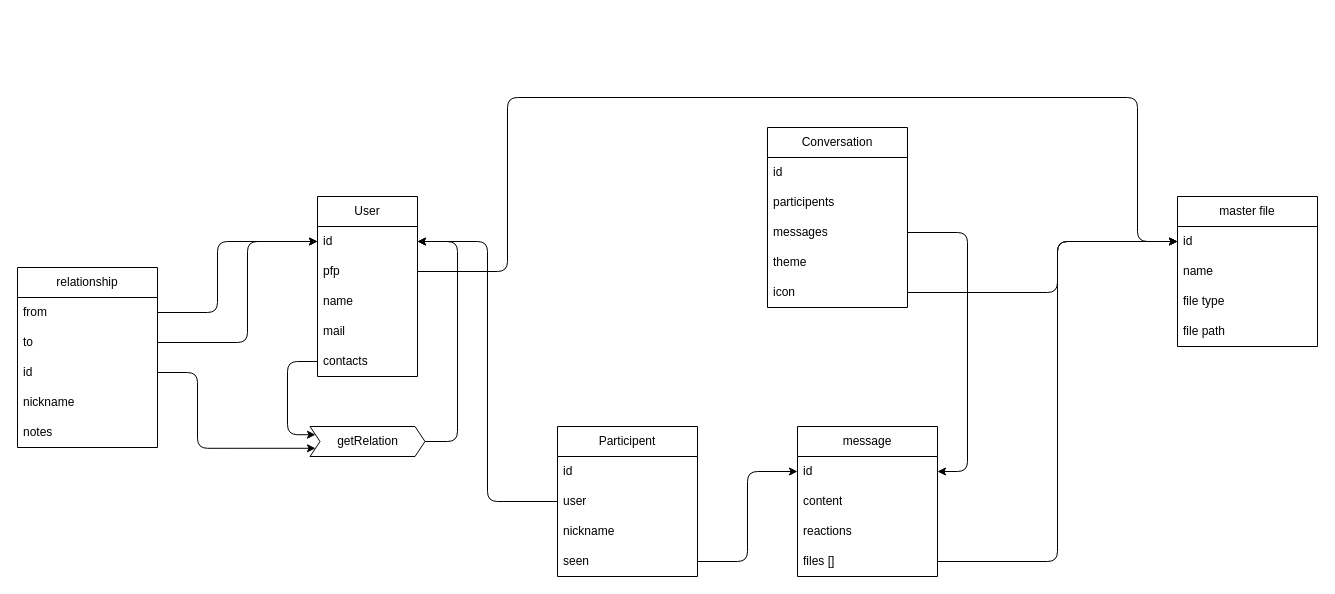
Earlier version of the draw.io diagram server/docs/wholedb.dio (GameBear64/AmberCamp). Source tidied: cells renumbered, new cells numbered last; positions are measured from the earlier drawing's top-left corner, leaving out a move shared by most shapes. Both pictures are drawn from the tidied source at 100%, with x=0, y=0 at pixel (17, 97).
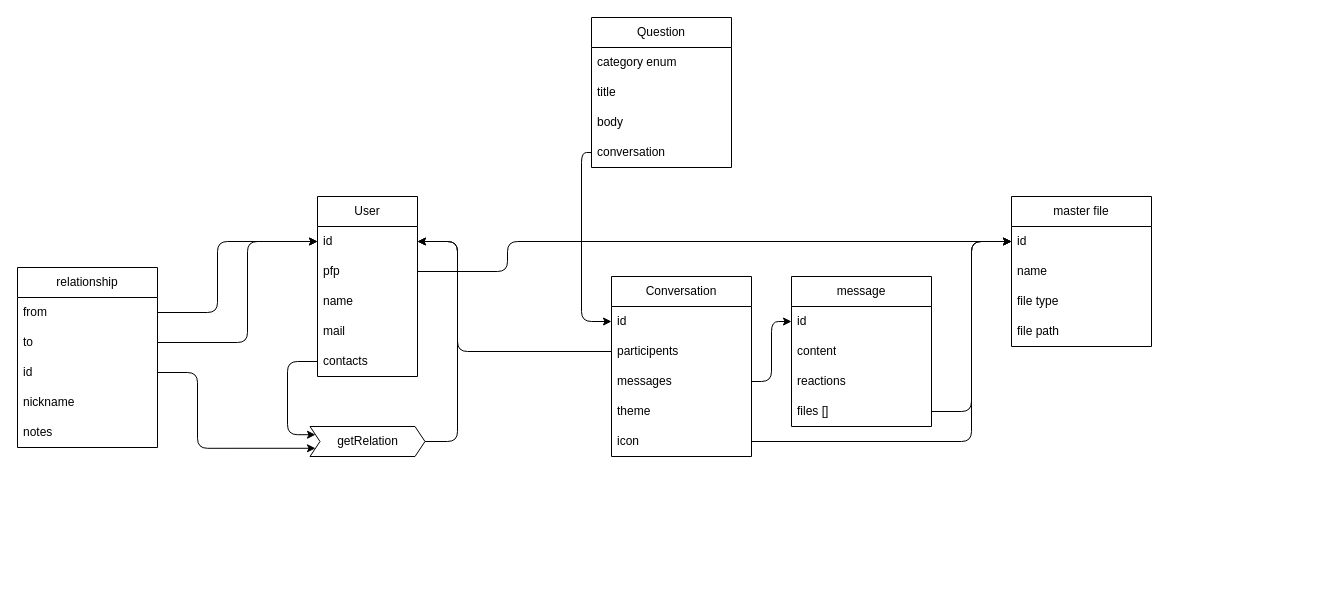
Above is the later version.

Unchanged cells that the change refers to:
```xml
<mxCell id="3" value="id" style="text;strokeColor=none;fillColor=none;align=left;verticalAlign=middle;spacingLeft=4;spacingRight=4;overflow=hidden;points=[[0,0.5],[1,0.5]];portConstraint=eastwest;whiteSpace=wrap;html=1;" parent="2" vertex="1">
  <mxGeometry y="30" width="100" height="30" as="geometry" />
</mxCell>
<mxCell id="4" value="pfp" style="text;strokeColor=none;fillColor=none;align=left;verticalAlign=middle;spacingLeft=4;spacingRight=4;overflow=hidden;points=[[0,0.5],[1,0.5]];portConstraint=eastwest;whiteSpace=wrap;html=1;" parent="2" vertex="1">
  <mxGeometry y="60" width="100" height="30" as="geometry" />
</mxCell>
<mxCell id="9" value="id" style="text;strokeColor=none;fillColor=none;align=left;verticalAlign=middle;spacingLeft=4;spacingRight=4;overflow=hidden;points=[[0,0.5],[1,0.5]];portConstraint=eastwest;whiteSpace=wrap;html=1;rounded=0;" parent="8" vertex="1">
  <mxGeometry y="30" width="140" height="30" as="geometry" />
</mxCell>
<mxCell id="10" value="participents" style="text;strokeColor=none;fillColor=none;align=left;verticalAlign=middle;spacingLeft=4;spacingRight=4;overflow=hidden;points=[[0,0.5],[1,0.5]];portConstraint=eastwest;whiteSpace=wrap;html=1;rounded=0;" parent="8" vertex="1">
  <mxGeometry y="60" width="140" height="30" as="geometry" />
</mxCell>
<mxCell id="11" value="messages" style="text;strokeColor=none;fillColor=none;align=left;verticalAlign=middle;spacingLeft=4;spacingRight=4;overflow=hidden;points=[[0,0.5],[1,0.5]];portConstraint=eastwest;whiteSpace=wrap;html=1;rounded=0;" parent="8" vertex="1">
  <mxGeometry y="90" width="140" height="30" as="geometry" />
</mxCell>
<mxCell id="13" value="icon" style="text;strokeColor=none;fillColor=none;align=left;verticalAlign=middle;spacingLeft=4;spacingRight=4;overflow=hidden;points=[[0,0.5],[1,0.5]];portConstraint=eastwest;whiteSpace=wrap;html=1;" parent="8" vertex="1">
  <mxGeometry y="150" width="140" height="30" as="geometry" />
</mxCell>
<mxCell id="15" value="id" style="text;strokeColor=none;fillColor=none;align=left;verticalAlign=middle;spacingLeft=4;spacingRight=4;overflow=hidden;points=[[0,0.5],[1,0.5]];portConstraint=eastwest;whiteSpace=wrap;html=1;rounded=0;" parent="14" vertex="1">
  <mxGeometry y="30" width="140" height="30" as="geometry" />
</mxCell>
<mxCell id="40" value="id" style="text;strokeColor=none;fillColor=none;align=left;verticalAlign=middle;spacingLeft=4;spacingRight=4;overflow=hidden;points=[[0,0.5],[1,0.5]];portConstraint=eastwest;whiteSpace=wrap;html=1;" parent="39" vertex="1">
  <mxGeometry y="30" width="140" height="30" as="geometry" />
</mxCell>
```

Change to the diagram source:
```diff
@@
     <mxCell id="8" value="Conversation" style="swimlane;fontStyle=0;horizontal=1;startSize=30;whiteSpace=wrap;html=1;rounded=0;" parent="1" vertex="1">
-      <mxGeometry x="750" y="30" width="140" height="180" as="geometry" />
+      <mxGeometry x="594" y="179" width="140" height="180" as="geometry" />
     </mxCell>
@@
     <mxCell id="14" value="message" style="swimlane;fontStyle=0;horizontal=1;startSize=30;whiteSpace=wrap;html=1;rounded=0;" parent="1" vertex="1">
-      <mxGeometry x="780" y="329" width="140" height="150" as="geometry" />
+      <mxGeometry x="774" y="179" width="140" height="150" as="geometry" />
     </mxCell>
@@
-    <mxCell id="29" style="edgeStyle=orthogonalEdgeStyle;html=1;entryX=0.5;entryY=0;entryDx=0;entryDy=0;" parent="1" edge="1" source="30">
-      <mxGeometry relative="1" as="geometry" />
-    </mxCell>
-    <mxCell id="30" value="Participent" style="swimlane;fontStyle=0;horizontal=1;startSize=30;whiteSpace=wrap;html=1;" parent="1" vertex="1">
-      <mxGeometry x="540" y="329" width="140" height="150" as="geometry" />
-    </mxCell>
-    <mxCell id="31" value="id" style="text;strokeColor=none;fillColor=none;align=left;verticalAlign=middle;spacingLeft=4;spacingRight=4;overflow=hidden;whiteSpace=wrap;html=1;" parent="30" vertex="1">
-      <mxGeometry y="30" width="140" height="30" as="geometry" />
-    </mxCell>
-    <mxCell id="32" value="user" style="text;strokeColor=none;fillColor=none;align=left;verticalAlign=middle;spacingLeft=4;spacingRight=4;overflow=hidden;points=[[0,0.5],[1,0.5]];portConstraint=eastwest;whiteSpace=wrap;html=1;" parent="30" vertex="1">
-      <mxGeometry y="60" width="140" height="30" as="geometry" />
-    </mxCell>
-    <mxCell id="33" value="nickname" style="text;strokeColor=none;fillColor=none;align=left;verticalAlign=middle;spacingLeft=4;spacingRight=4;overflow=hidden;whiteSpace=wrap;html=1;" parent="30" vertex="1">
-      <mxGeometry y="90" width="140" height="30" as="geometry" />
-    </mxCell>
-    <mxCell id="34" value="seen" style="text;strokeColor=none;fillColor=none;align=left;verticalAlign=middle;spacingLeft=4;spacingRight=4;overflow=hidden;points=[[0,0.5],[1,0.5]];portConstraint=eastwest;whiteSpace=wrap;html=1;" parent="30" vertex="1">
-      <mxGeometry y="120" width="140" height="30" as="geometry" />
-    </mxCell>
-    <mxCell id="35" style="edgeStyle=orthogonalEdgeStyle;html=1;exitX=1;exitY=0.5;exitDx=0;exitDy=0;entryX=0;entryY=0.5;entryDx=0;entryDy=0;" parent="1" edge="1" source="34" target="15">
-      <mxGeometry relative="1" as="geometry" />
-    </mxCell>
@@
-    <mxCell id="38" style="edgeStyle=orthogonalEdgeStyle;html=1;exitX=1;exitY=0.5;exitDx=0;exitDy=0;entryX=1;entryY=0.5;entryDx=0;entryDy=0;" parent="1" edge="1" source="11" target="15">
-      <mxGeometry relative="1" as="geometry">
-        <Array as="points">
-          <mxPoint x="950" y="135" />
-          <mxPoint x="950" y="374" />
-        </Array>
-      </mxGeometry>
-    </mxCell>
     <mxCell id="39" value="master file" style="swimlane;fontStyle=0;horizontal=1;startSize=30;whiteSpace=wrap;html=1;" parent="1" vertex="1">
-      <mxGeometry x="1160" y="99" width="140" height="150" as="geometry" />
+      <mxGeometry x="994" y="99" width="140" height="150" as="geometry" />
     </mxCell>
@@
+    <mxCell id="46" style="edgeStyle=orthogonalEdgeStyle;html=1;exitX=1;exitY=0.5;exitDx=0;exitDy=0;entryX=0;entryY=0.5;entryDx=0;entryDy=0;" parent="1" edge="1" source="4" target="40">
+      <mxGeometry relative="1" as="geometry">
+        <Array as="points">
+          <mxPoint x="490" y="174" />
+          <mxPoint x="490" y="144" />
+        </Array>
+      </mxGeometry>
+    </mxCell>
+    <mxCell id="48" value="Question" style="swimlane;fontStyle=0;horizontal=1;startSize=30;whiteSpace=wrap;html=1;" parent="1" vertex="1">
+      <mxGeometry x="574" y="-80" width="140" height="150" as="geometry" />
+    </mxCell>
+    <mxCell id="49" value="category enum" style="text;strokeColor=none;fillColor=none;align=left;verticalAlign=middle;spacingLeft=4;spacingRight=4;overflow=hidden;whiteSpace=wrap;html=1;" parent="48" vertex="1">
+      <mxGeometry y="30" width="140" height="30" as="geometry" />
+    </mxCell>
+    <mxCell id="50" value="title" style="text;strokeColor=none;fillColor=none;align=left;verticalAlign=middle;spacingLeft=4;spacingRight=4;overflow=hidden;whiteSpace=wrap;html=1;" parent="48" vertex="1">
+      <mxGeometry y="60" width="140" height="30" as="geometry" />
+    </mxCell>
+    <mxCell id="51" value="body" style="text;strokeColor=none;fillColor=none;align=left;verticalAlign=middle;spacingLeft=4;spacingRight=4;overflow=hidden;whiteSpace=wrap;html=1;" parent="48" vertex="1">
+      <mxGeometry y="90" width="140" height="30" as="geometry" />
+    </mxCell>
+    <mxCell id="52" value="conversation" style="text;strokeColor=none;fillColor=none;align=left;verticalAlign=middle;spacingLeft=4;spacingRight=4;overflow=hidden;points=[[0,0.5],[1,0.5]];portConstraint=eastwest;whiteSpace=wrap;html=1;" parent="48" vertex="1">
+      <mxGeometry y="120" width="140" height="30" as="geometry" />
+    </mxCell>
+    <mxCell id="53" style="edgeStyle=orthogonalEdgeStyle;html=1;exitX=0;exitY=0.5;exitDx=0;exitDy=0;entryX=1;entryY=0.5;entryDx=0;entryDy=0;" parent="1" edge="1" source="10" target="3">
+      <mxGeometry relative="1" as="geometry">
+        <Array as="points">
+          <mxPoint x="440" y="254" />
+          <mxPoint x="440" y="144" />
+        </Array>
+      </mxGeometry>
+    </mxCell>
+    <mxCell id="38" style="edgeStyle=orthogonalEdgeStyle;html=1;exitX=1;exitY=0.5;exitDx=0;exitDy=0;" parent="1" edge="1" source="11" target="15">
+      <mxGeometry relative="1" as="geometry" />
+    </mxCell>
     <mxCell id="45" style="edgeStyle=orthogonalEdgeStyle;html=1;exitX=1;exitY=0.5;exitDx=0;exitDy=0;entryX=0;entryY=0.5;entryDx=0;entryDy=0;" parent="1" edge="1" source="13" target="40">
       <mxGeometry relative="1" as="geometry">
         <Array as="points">
-          <mxPoint x="1040" y="195" />
-          <mxPoint x="1040" y="144" />
+          <mxPoint x="954" y="344" />
+          <mxPoint x="954" y="144" />
         </Array>
       </mxGeometry>
     </mxCell>
-    <mxCell id="46" style="edgeStyle=orthogonalEdgeStyle;html=1;exitX=1;exitY=0.5;exitDx=0;exitDy=0;entryX=0;entryY=0.5;entryDx=0;entryDy=0;" parent="1" edge="1" source="4" target="40">
-      <mxGeometry relative="1" as="geometry">
-        <Array as="points">
-          <mxPoint x="490" y="174" />
-          <mxPoint x="490" />
-          <mxPoint x="1120" />
-          <mxPoint x="1120" y="144" />
-        </Array>
-      </mxGeometry>
-    </mxCell>
-    <mxCell id="47" style="edgeStyle=orthogonalEdgeStyle;html=1;exitX=0;exitY=0.5;exitDx=0;exitDy=0;" parent="1" edge="1" source="32" target="3">
-      <mxGeometry relative="1" as="geometry" />
-    </mxCell>
+    <mxCell id="54" style="edgeStyle=orthogonalEdgeStyle;html=1;exitX=0;exitY=0.5;exitDx=0;exitDy=0;entryX=0;entryY=0.5;entryDx=0;entryDy=0;" parent="1" edge="1" source="52" target="9">
+      <mxGeometry relative="1" as="geometry" />
+    </mxCell>
```
